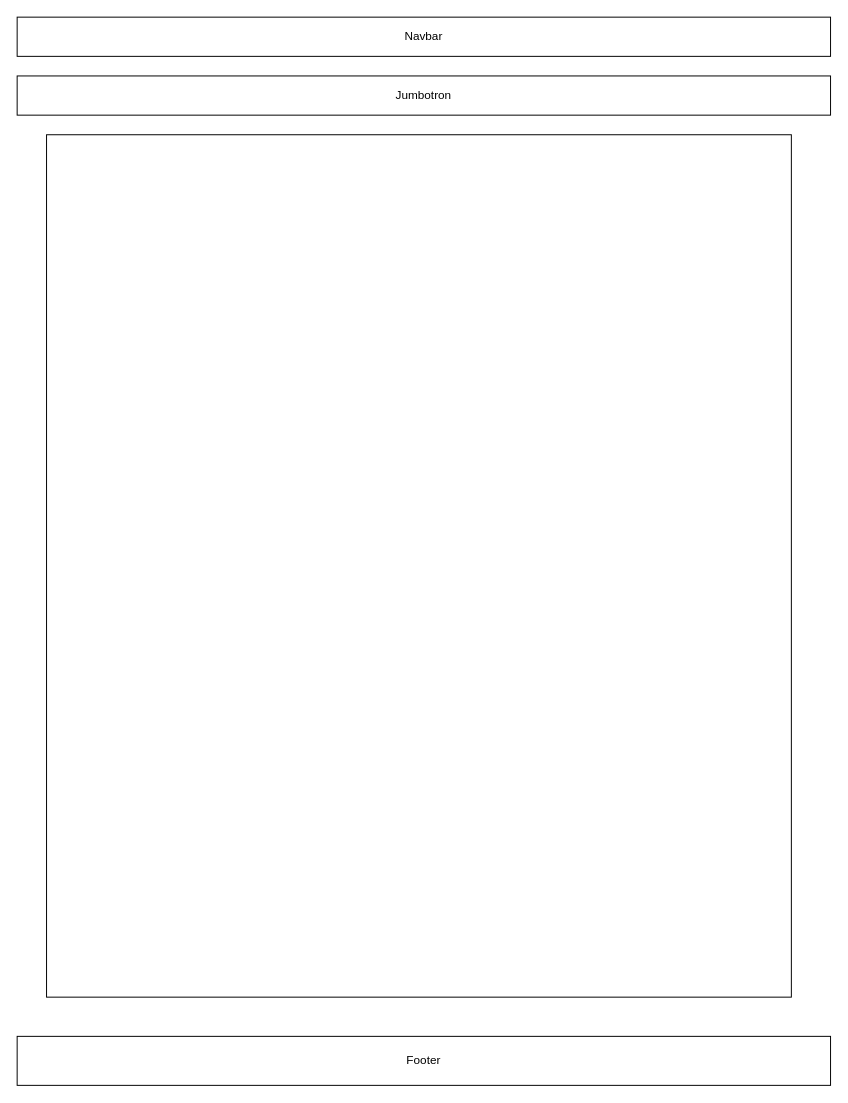
Above: page "ClimbingNews" (3 of 9) of Untitled Diagram.drawio in the-master-chefs/rockclimbingapp (draw.io), before the change. Source tidied: cells renumbered, new cells numbered last; positions are measured from the earlier drawing's top-left corner, leaving out a move shared by most shapes. Both pictures are drawn from the tidied source at 98%, with x=0, y=0 at pixel (17, 17).
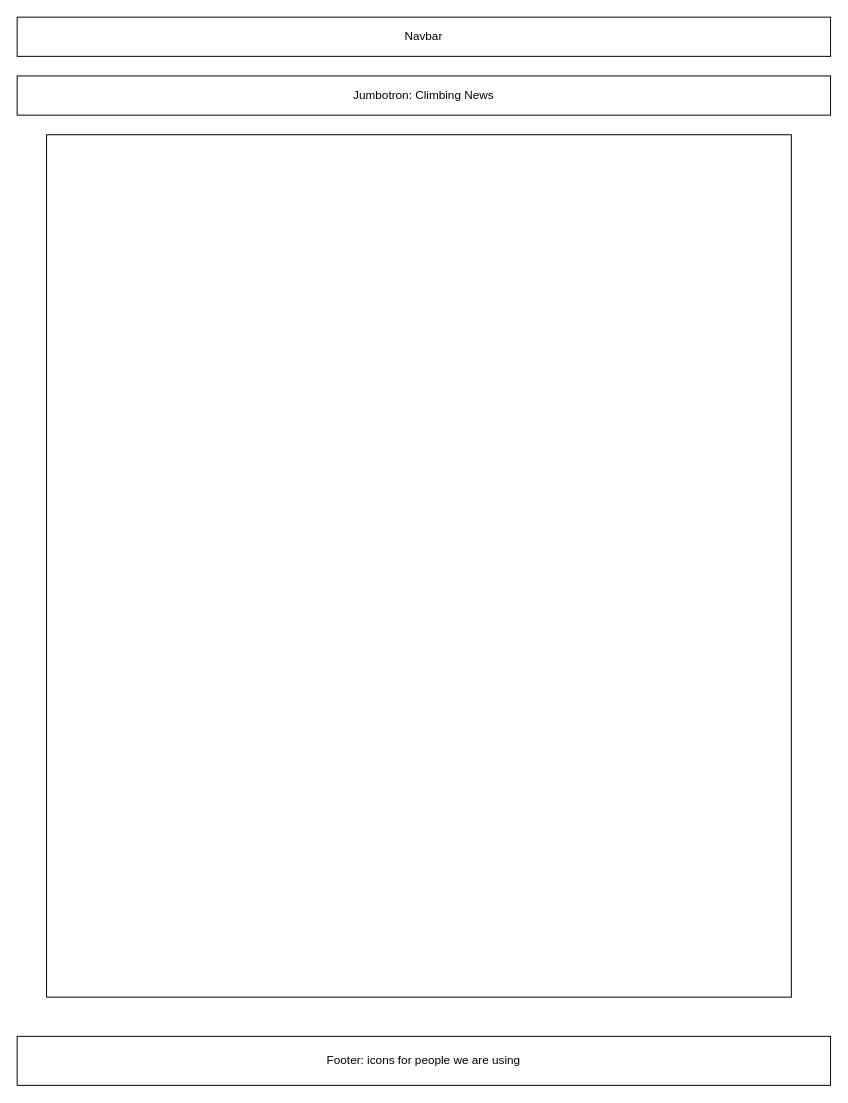
The same page after the edit.

Change to the diagram source:
```diff
@@
 <mxGraphModel>
   <root>
     <mxCell id="0" />
     <mxCell id="1" parent="0" />
     <mxCell id="2" value="&lt;span style=&quot;white-space: normal&quot;&gt;Navbar&lt;/span&gt;" style="rounded=0;whiteSpace=wrap;html=1;" parent="1" vertex="1">
       <mxGeometry width="830" height="40" as="geometry" />
     </mxCell>
-    <mxCell id="3" value="&lt;span style=&quot;white-space: normal&quot;&gt;Jumbotron&lt;/span&gt;" style="rounded=0;whiteSpace=wrap;html=1;" parent="1" vertex="1">
+    <mxCell id="3" value="&lt;span style=&quot;white-space: normal&quot;&gt;Jumbotron: Climbing News&lt;/span&gt;" style="rounded=0;whiteSpace=wrap;html=1;" parent="1" vertex="1">
       <mxGeometry y="60" width="830" height="40" as="geometry" />
     </mxCell>
-    <mxCell id="4" value="Footer" style="rounded=0;whiteSpace=wrap;html=1;" parent="1" vertex="1">
+    <mxCell id="4" value="Footer: icons for people we are using" style="rounded=0;whiteSpace=wrap;html=1;" parent="1" vertex="1">
       <mxGeometry y="1040" width="830" height="50" as="geometry" />
     </mxCell>
     <mxCell id="5" style="rounded=0;whiteSpace=wrap;html=1;" parent="1" vertex="1">
       <mxGeometry x="30" y="120" width="760" height="880" as="geometry" />
     </mxCell>
   </root>
 </mxGraphModel>
```
